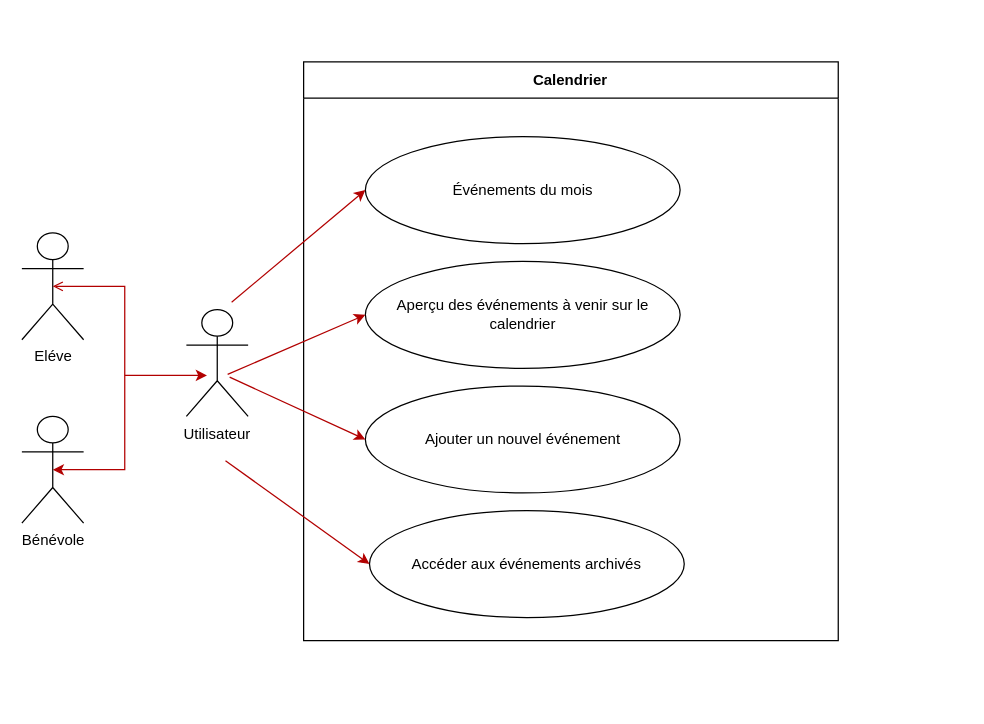
The draw.io diagram page "Calendrier" (5 of 6) of Diagrammes/Diagrammes.drawio in diamouhamed/P3-OC, before the edit. Source tidied: cells renumbered, new cells numbered last; positions are measured from the earlier drawing's top-left corner, leaving out a move shared by most shapes. Both pictures are drawn from the tidied source at 125%, with x=0, y=0 at pixel (21, 61).
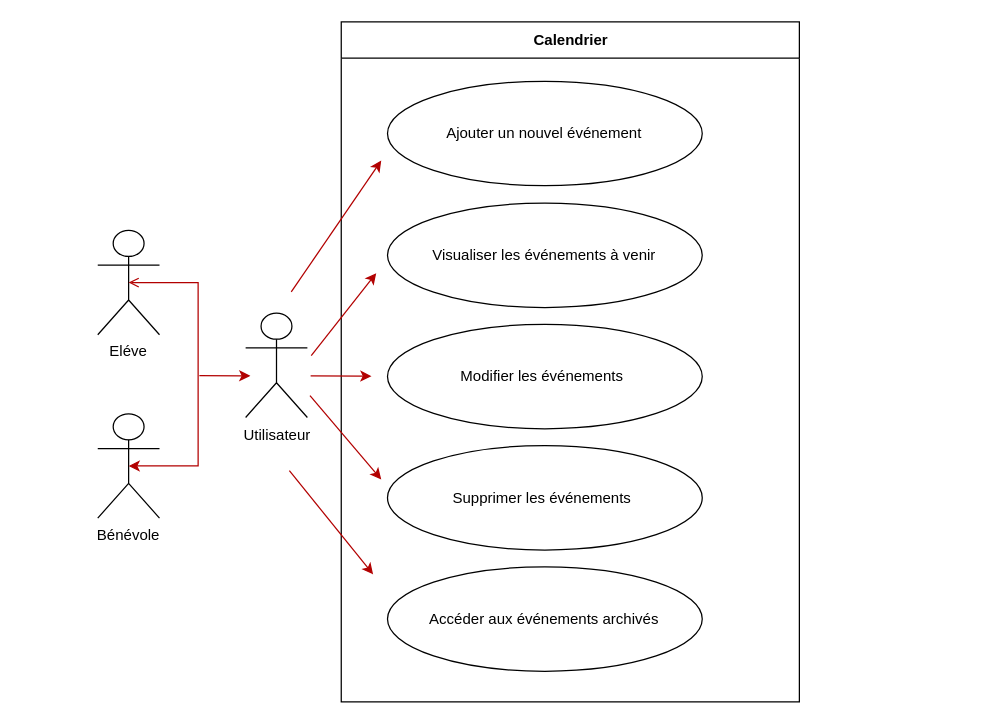
After the change.

The edit, as a diff of the source:
```diff
@@
-    <mxCell id="2" style="group;" parent="1" vertex="1">
-      <mxGeometry width="752" height="463" as="geometry" />
-    </mxCell>
+    <mxCell id="11" value="Utilisateur" style="shape=umlActor;verticalLabelPosition=bottom;verticalAlign=top;html=1;labelBackgroundColor=none;fontSize=12;fontColor=#000000;strokeColor=default;" parent="1" vertex="1">
+      <mxGeometry x="179" y="201" width="49.4" height="83.5" as="geometry" />
+    </mxCell>
+    <mxCell id="7" value="Accéder aux événements archivés" style="ellipse;whiteSpace=wrap;html=1;labelBackgroundColor=none;fontSize=12;fontColor=#000000;strokeColor=default;" parent="1" vertex="1">
+      <mxGeometry x="292.5" y="404" width="251.8" height="83.5" as="geometry" />
+    </mxCell>
-    <mxCell id="3" value="Calendrier" style="swimlane;whiteSpace=wrap;startSize=29;" parent="2" vertex="1">
-      <mxGeometry x="225.4" width="427.7" height="463" as="geometry" />
+    <mxCell id="3" value="Calendrier" style="swimlane;whiteSpace=wrap;startSize=29;" parent="1" vertex="1">
+      <mxGeometry x="255.5" y="-32" width="366.5" height="544" as="geometry" />
     </mxCell>
-    <mxCell id="4" value="Aperçu des événements à venir sur le calendrier" style="ellipse;whiteSpace=wrap;html=1;labelBackgroundColor=none;fontSize=12;fontColor=#000000;strokeColor=default;" parent="3" vertex="1">
-      <mxGeometry x="49.4" y="159.6" width="251.8" height="85.5" as="geometry" />
-    </mxCell>
+    <mxCell id="13" style="endArrow=classic;html=1;rounded=0;fontSize=12;fontColor=#000000;fillColor=#e51400;strokeColor=#B20000;" parent="3" edge="1">
+      <mxGeometry relative="1" as="geometry">
+        <mxPoint x="-24.5" y="283.2" as="sourcePoint" />
+        <mxPoint x="24.2" y="283.4" as="targetPoint" />
+      </mxGeometry>
+    </mxCell>
-    <mxCell id="5" value="Événements du mois" style="ellipse;whiteSpace=wrap;html=1;labelBackgroundColor=none;fontSize=12;fontColor=#000000;strokeColor=default;" parent="3" vertex="1">
-      <mxGeometry x="49.4" y="59.8" width="251.8" height="85.5" as="geometry" />
+    <mxCell id="5" value="Visualiser les événements à venir" style="ellipse;whiteSpace=wrap;html=1;labelBackgroundColor=none;fontSize=12;fontColor=#000000;strokeColor=default;" parent="1" vertex="1">
+      <mxGeometry x="292.5" y="113" width="251.8" height="83.5" as="geometry" />
     </mxCell>
-    <mxCell id="6" value="Ajouter un nouvel événement" style="ellipse;whiteSpace=wrap;html=1;labelBackgroundColor=none;fontSize=12;fontColor=#000000;strokeColor=default;" parent="3" vertex="1">
-      <mxGeometry x="49.4" y="259.3" width="251.8" height="85.5" as="geometry" />
+    <mxCell id="6" value="Ajouter un nouvel événement" style="ellipse;whiteSpace=wrap;html=1;labelBackgroundColor=none;fontSize=12;fontColor=#000000;strokeColor=default;" parent="1" vertex="1">
+      <mxGeometry x="292.5" y="15.5" width="251.8" height="83.5" as="geometry" />
     </mxCell>
-    <mxCell id="7" value="Accéder aux événements archivés" style="ellipse;whiteSpace=wrap;html=1;labelBackgroundColor=none;fontSize=12;fontColor=#000000;strokeColor=default;" parent="3" vertex="1">
-      <mxGeometry x="52.7" y="359" width="251.8" height="85.5" as="geometry" />
-    </mxCell>
-    <mxCell id="8" style="group;" parent="2" vertex="1">
-      <mxGeometry y="136.8" width="181" height="232.2" as="geometry" />
-    </mxCell>
+    <mxCell id="18" value="Modifier les événements&amp;nbsp;" style="ellipse;whiteSpace=wrap;html=1;labelBackgroundColor=none;fontSize=12;fontColor=#000000;strokeColor=default;" parent="1" vertex="1">
+      <mxGeometry x="292.5" y="210" width="251.8" height="83.5" as="geometry" />
+    </mxCell>
+    <mxCell id="19" value="Supprimer les événements&amp;nbsp;" style="ellipse;whiteSpace=wrap;html=1;labelBackgroundColor=none;fontSize=12;fontColor=#000000;strokeColor=default;" parent="1" vertex="1">
+      <mxGeometry x="292.5" y="307" width="251.8" height="83.5" as="geometry" />
+    </mxCell>
-    <mxCell id="9" value="Eléve" style="shape=umlActor;verticalLabelPosition=bottom;verticalAlign=top;html=1;outlineConnect=0;labelBackgroundColor=none;fontSize=12;fontColor=#000000;strokeColor=default;" parent="8" vertex="1">
-      <mxGeometry width="49.4" height="85.5" as="geometry" />
+    <mxCell id="9" value="Eléve" style="shape=umlActor;verticalLabelPosition=bottom;verticalAlign=top;html=1;outlineConnect=0;labelBackgroundColor=none;fontSize=12;fontColor=#000000;strokeColor=default;" parent="1" vertex="1">
+      <mxGeometry x="60.7" y="134.8" width="49.4" height="83.5" as="geometry" />
     </mxCell>
-    <mxCell id="10" value="Bénévole" style="shape=umlActor;verticalLabelPosition=bottom;verticalAlign=top;html=1;outlineConnect=0;labelBackgroundColor=none;fontSize=12;fontColor=#000000;strokeColor=default;" parent="8" vertex="1">
-      <mxGeometry y="146.7" width="49.4" height="85.5" as="geometry" />
+    <mxCell id="10" value="Bénévole" style="shape=umlActor;verticalLabelPosition=bottom;verticalAlign=top;html=1;outlineConnect=0;labelBackgroundColor=none;fontSize=12;fontColor=#000000;strokeColor=default;" parent="1" vertex="1">
+      <mxGeometry x="60.7" y="281.5" width="49.4" height="83.5" as="geometry" />
     </mxCell>
-    <mxCell id="11" value="Utilisateur" style="shape=umlActor;verticalLabelPosition=bottom;verticalAlign=top;html=1;labelBackgroundColor=none;fontSize=12;fontColor=#000000;strokeColor=default;" parent="8" vertex="1">
-      <mxGeometry x="131.6" y="61.3" width="49.4" height="85.5" as="geometry" />
-    </mxCell>
-    <mxCell id="12" style="edgeStyle=elbowEdgeStyle;elbow=horizontal;strokeColor=#B20000;endArrow=open;endFill=1;rounded=0;exitX=0.5;exitY=0.5;exitDx=0;exitDy=0;exitPerimeter=0;entryX=0.5;entryY=0.5;entryDx=0;entryDy=0;entryPerimeter=0;startArrow=classic;startFill=1;fillColor=#e51400;" parent="8" edge="1" source="10" target="9">
+    <mxCell id="12" style="edgeStyle=elbowEdgeStyle;elbow=horizontal;strokeColor=#B20000;endArrow=open;endFill=1;rounded=0;exitX=0.5;exitY=0.5;exitDx=0;exitDy=0;exitPerimeter=0;entryX=0.5;entryY=0.5;entryDx=0;entryDy=0;entryPerimeter=0;startArrow=classic;startFill=1;fillColor=#e51400;" parent="1" edge="1" source="10" target="9">
       <mxGeometry relative="1" as="geometry">
         <Array as="points">
-          <mxPoint x="82.3" y="128.2" />
-          <mxPoint x="121.8" y="135.3" />
+          <mxPoint x="141" y="251" />
+          <mxPoint x="100" y="253" />
+          <mxPoint x="221.8" y="270.1" />
         </Array>
       </mxGeometry>
     </mxCell>
-    <mxCell id="13" style="endArrow=classic;html=1;rounded=0;fontSize=12;fontColor=#000000;fillColor=#e51400;strokeColor=#B20000;" parent="8" edge="1">
-      <mxGeometry relative="1" as="geometry">
-        <mxPoint x="82.3" y="114" as="sourcePoint" />
-        <mxPoint x="148.1" y="114" as="targetPoint" />
-      </mxGeometry>
-    </mxCell>
-    <mxCell id="14" style="endArrow=classic;html=1;rounded=0;fontSize=12;fontColor=#000000;fillColor=#e51400;strokeColor=#B20000;entryX=0;entryY=0.5;entryDx=0;entryDy=0;" parent="8" edge="1" target="4">
-      <mxGeometry relative="1" as="geometry">
-        <mxPoint x="164.6" y="113.2" as="sourcePoint" />
-      </mxGeometry>
-    </mxCell>
-    <mxCell id="15" style="endArrow=classic;html=1;rounded=0;fontSize=12;fontColor=#000000;fillColor=#e51400;strokeColor=#B20000;entryX=0;entryY=0.5;entryDx=0;entryDy=0;" parent="2" edge="1" target="6">
-      <mxGeometry relative="1" as="geometry">
-        <mxPoint x="166.2" y="252.2" as="sourcePoint" />
-      </mxGeometry>
-    </mxCell>
-    <mxCell id="16" style="endArrow=classic;html=1;rounded=0;fontSize=12;fontColor=#000000;fillColor=#e51400;strokeColor=#B20000;entryX=0;entryY=0.5;entryDx=0;entryDy=0;" parent="2" edge="1" target="5">
-      <mxGeometry relative="1" as="geometry">
-        <mxPoint x="167.8" y="192.3" as="sourcePoint" />
-      </mxGeometry>
-    </mxCell>
-    <mxCell id="17" style="endArrow=classic;html=1;rounded=0;fontSize=12;fontColor=#000000;fillColor=#e51400;strokeColor=#B20000;entryX=0;entryY=0.5;entryDx=0;entryDy=0;" parent="2" edge="1" target="7">
-      <mxGeometry relative="1" as="geometry">
-        <mxPoint x="162.9" y="319.1" as="sourcePoint" />
-      </mxGeometry>
-    </mxCell>
+    <mxCell id="20" style="endArrow=classic;html=1;rounded=0;fontSize=12;fontColor=#000000;fillColor=#e51400;strokeColor=#B20000;" parent="1" edge="1">
+      <mxGeometry relative="1" as="geometry">
+        <mxPoint x="214" y="327" as="sourcePoint" />
+        <mxPoint x="281" y="410" as="targetPoint" />
+      </mxGeometry>
+    </mxCell>
+    <mxCell id="21" style="endArrow=classic;html=1;rounded=0;fontSize=12;fontColor=#000000;fillColor=#e51400;strokeColor=#B20000;" parent="1" edge="1">
+      <mxGeometry relative="1" as="geometry">
+        <mxPoint x="142" y="251" as="sourcePoint" />
+        <mxPoint x="182.8" y="251.2" as="targetPoint" />
+      </mxGeometry>
+    </mxCell>
+    <mxCell id="22" style="endArrow=classic;html=1;rounded=0;fontSize=12;fontColor=#000000;fillColor=#e51400;strokeColor=#B20000;" parent="1" edge="1">
+      <mxGeometry relative="1" as="geometry">
+        <mxPoint x="231.5" y="235" as="sourcePoint" />
+        <mxPoint x="283.5" y="169" as="targetPoint" />
+      </mxGeometry>
+    </mxCell>
+    <mxCell id="23" style="endArrow=classic;html=1;rounded=0;fontSize=12;fontColor=#000000;fillColor=#e51400;strokeColor=#B20000;" parent="1" edge="1">
+      <mxGeometry relative="1" as="geometry">
+        <mxPoint x="230.5" y="267" as="sourcePoint" />
+        <mxPoint x="287.5" y="334" as="targetPoint" />
+      </mxGeometry>
+    </mxCell>
+    <mxCell id="24" style="endArrow=classic;html=1;rounded=0;fontSize=12;fontColor=#000000;fillColor=#e51400;strokeColor=#B20000;" parent="1" edge="1">
+      <mxGeometry relative="1" as="geometry">
+        <mxPoint x="215.5" y="184" as="sourcePoint" />
+        <mxPoint x="287.5" y="79" as="targetPoint" />
+      </mxGeometry>
+    </mxCell>
```
